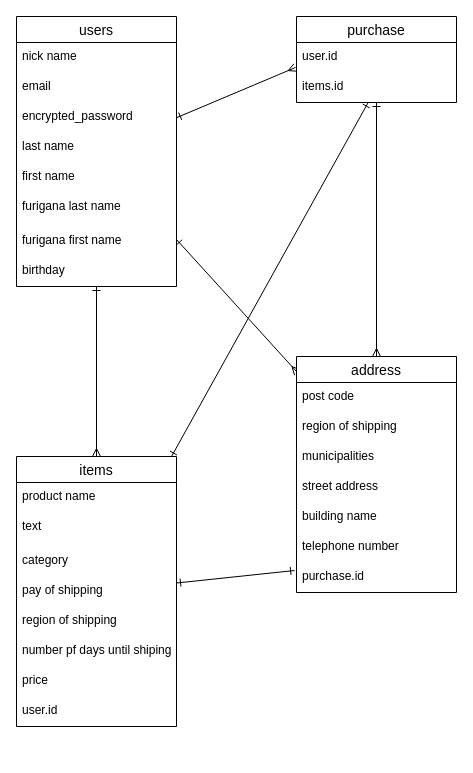
taka0807/furima-39592 keeps this draw.io diagram as test.dio. Above is the earlier version. Source tidied: cells renumbered, new cells numbered last; positions are measured from the earlier drawing's top-left corner, leaving out a move shared by most shapes. Both pictures are drawn from the tidied source at 100%, with x=0, y=0 at pixel (16, 16).
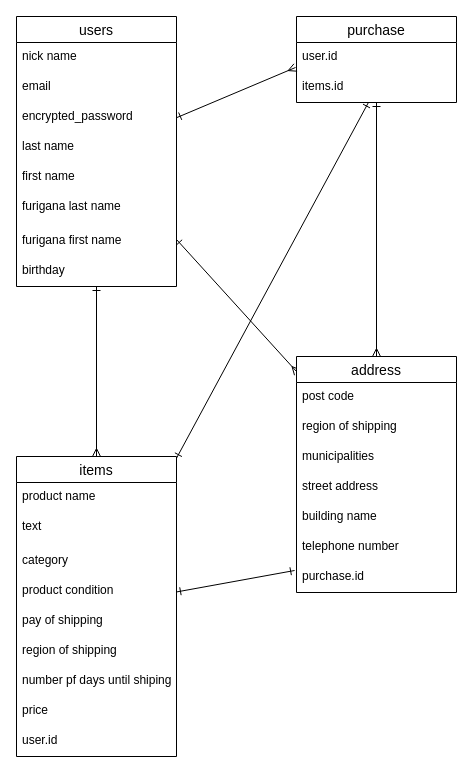
The same page after the edit.

Commit message (it also covers changes not shown here):
ER図、README修正（4回目）

Change to the diagram source:
```diff
@@
     <mxCell id="16" value="items" style="swimlane;fontStyle=0;horizontal=1;startSize=26;align=center;fontSize=14;" parent="1" vertex="1">
-      <mxGeometry y="440" width="160" height="270" as="geometry" />
+      <mxGeometry y="440" width="160" height="300" as="geometry" />
     </mxCell>
@@
+    <mxCell id="37" value="product condition" style="text;strokeColor=none;fillColor=none;spacingLeft=4;spacingRight=4;overflow=hidden;fontSize=12;" parent="16" vertex="1">
+      <mxGeometry y="120" width="160" height="30" as="geometry" />
+    </mxCell>
     <mxCell id="20" value="pay of shipping" style="text;strokeColor=none;fillColor=none;spacingLeft=4;spacingRight=4;overflow=hidden;fontSize=12;" parent="16" vertex="1">
-      <mxGeometry y="120" width="160" height="30" as="geometry" />
+      <mxGeometry y="150" width="160" height="30" as="geometry" />
     </mxCell>
     <mxCell id="21" value="region of shipping" style="text;strokeColor=none;fillColor=none;spacingLeft=4;spacingRight=4;overflow=hidden;fontSize=12;" parent="16" vertex="1">
-      <mxGeometry y="150" width="160" height="30" as="geometry" />
+      <mxGeometry y="180" width="160" height="30" as="geometry" />
     </mxCell>
     <mxCell id="22" value="number pf days until shiping" style="text;strokeColor=none;fillColor=none;spacingLeft=4;spacingRight=4;overflow=hidden;fontSize=12;" parent="16" vertex="1">
-      <mxGeometry y="180" width="160" height="30" as="geometry" />
+      <mxGeometry y="210" width="160" height="30" as="geometry" />
     </mxCell>
     <mxCell id="23" value="price" style="text;strokeColor=none;fillColor=none;spacingLeft=4;spacingRight=4;overflow=hidden;fontSize=12;" parent="16" vertex="1">
-      <mxGeometry y="210" width="160" height="30" as="geometry" />
+      <mxGeometry y="240" width="160" height="30" as="geometry" />
     </mxCell>
     <mxCell id="24" value="user.id" style="text;strokeColor=none;fillColor=none;spacingLeft=4;spacingRight=4;overflow=hidden;fontSize=12;" parent="16" vertex="1">
-      <mxGeometry y="240" width="160" height="30" as="geometry" />
+      <mxGeometry y="270" width="160" height="30" as="geometry" />
     </mxCell>
```
